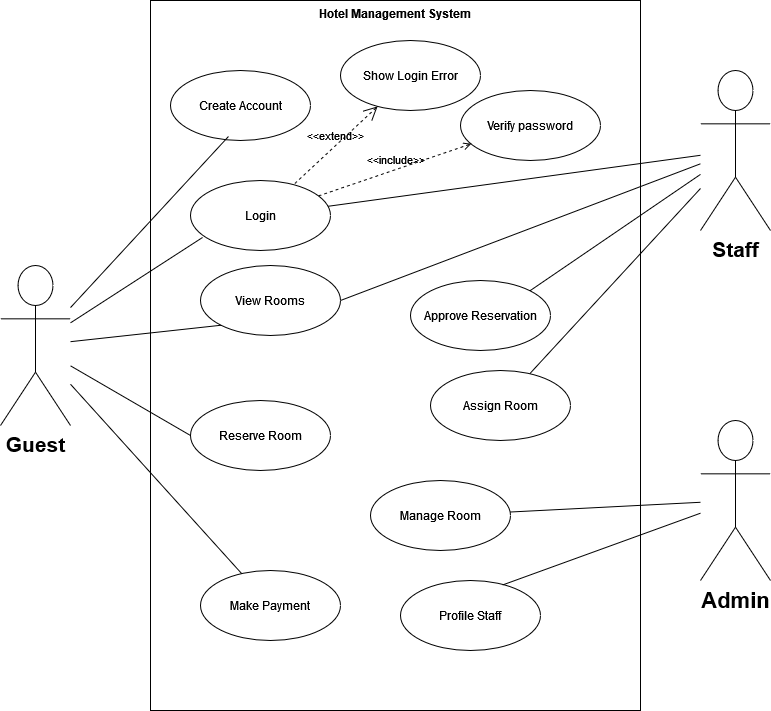
Above: UML HOTEL.drawio.png in Way4ward17/UML-Diagrams (draw.io), before the change. Source tidied: cells renumbered, new cells last; positions are measured from the earlier drawing's top-left corner, leaving out a move shared by most shapes.
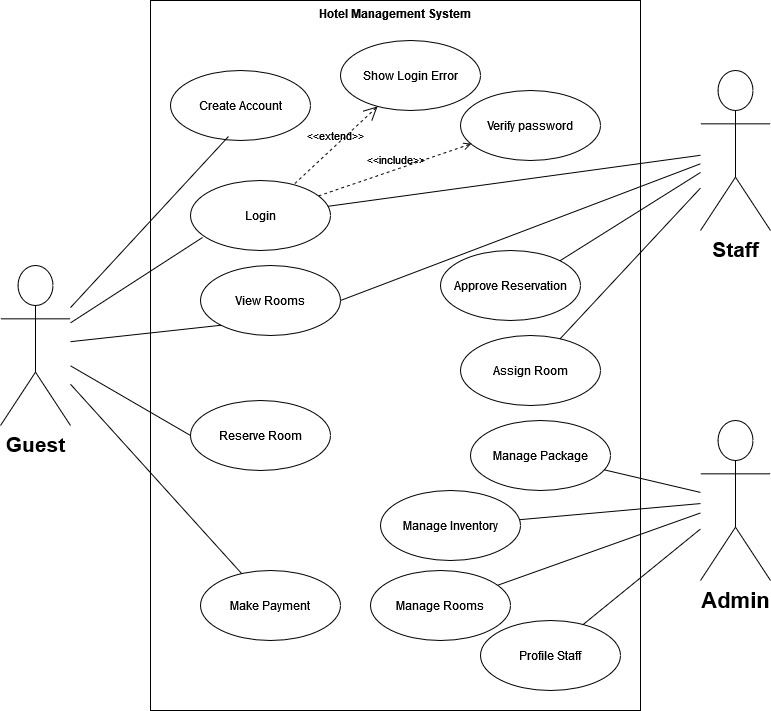
After the change.

Change to the diagram source:
```diff
@@ -57,10 +57,10 @@
       <mxGeometry relative="1" as="geometry" />
     </mxCell>
     <mxCell id="20" value="Approve Reservation" style="ellipse;whiteSpace=wrap;html=1;" parent="1" vertex="1">
-      <mxGeometry x="410" y="280" width="140" height="70" as="geometry" />
+      <mxGeometry x="440" y="250" width="140" height="70" as="geometry" />
     </mxCell>
     <mxCell id="21" value="Assign Room" style="ellipse;whiteSpace=wrap;html=1;" parent="1" vertex="1">
-      <mxGeometry x="430" y="370" width="140" height="70" as="geometry" />
+      <mxGeometry x="460" y="335" width="140" height="70" as="geometry" />
     </mxCell>
     <mxCell id="22" style="edgeStyle=none;html=1;endArrow=none;verticalAlign=bottom;rounded=0;entryX=1;entryY=0;entryDx=0;entryDy=0;" parent="1" edge="1" source="5" target="20">
       <mxGeometry relative="1" as="geometry" />
@@ -69,10 +69,10 @@
       <mxGeometry relative="1" as="geometry" />
     </mxCell>
     <mxCell id="24" value="Profile Staff" style="ellipse;whiteSpace=wrap;html=1;" parent="1" vertex="1">
-      <mxGeometry x="400" y="580" width="140" height="70" as="geometry" />
+      <mxGeometry x="480" y="620" width="140" height="70" as="geometry" />
     </mxCell>
-    <mxCell id="25" value="Manage Room" style="ellipse;whiteSpace=wrap;html=1;" parent="1" vertex="1">
-      <mxGeometry x="370" y="480" width="140" height="70" as="geometry" />
+    <mxCell id="25" value="Manage Rooms" style="ellipse;whiteSpace=wrap;html=1;" parent="1" vertex="1">
+      <mxGeometry x="370" y="570" width="140" height="70" as="geometry" />
     </mxCell>
     <mxCell id="26" style="edgeStyle=none;html=1;endArrow=none;verticalAlign=bottom;rounded=0;" parent="1" edge="1" source="25" target="4">
       <mxGeometry relative="1" as="geometry" />
@@ -86,5 +86,17 @@
     <mxCell id="29" style="edgeStyle=none;html=1;endArrow=none;verticalAlign=bottom;rounded=0;entryX=0.414;entryY=0.943;entryDx=0;entryDy=0;entryPerimeter=0;" parent="1" edge="1" source="3" target="28">
       <mxGeometry relative="1" as="geometry" />
     </mxCell>
+    <mxCell id="30" value="Manage Inventory" style="ellipse;whiteSpace=wrap;html=1;" parent="1" vertex="1">
+      <mxGeometry x="380" y="490" width="140" height="70" as="geometry" />
+    </mxCell>
+    <mxCell id="31" value="Manage Package" style="ellipse;whiteSpace=wrap;html=1;" parent="1" vertex="1">
+      <mxGeometry x="470" y="420" width="140" height="70" as="geometry" />
+    </mxCell>
+    <mxCell id="32" style="edgeStyle=none;html=1;endArrow=none;verticalAlign=bottom;rounded=0;" parent="1" edge="1" source="31" target="4">
+      <mxGeometry relative="1" as="geometry" />
+    </mxCell>
+    <mxCell id="33" style="edgeStyle=none;html=1;endArrow=none;verticalAlign=bottom;rounded=0;" parent="1" edge="1" source="30" target="4">
+      <mxGeometry relative="1" as="geometry" />
+    </mxCell>
   </root>
 </mxGraphModel>
```
